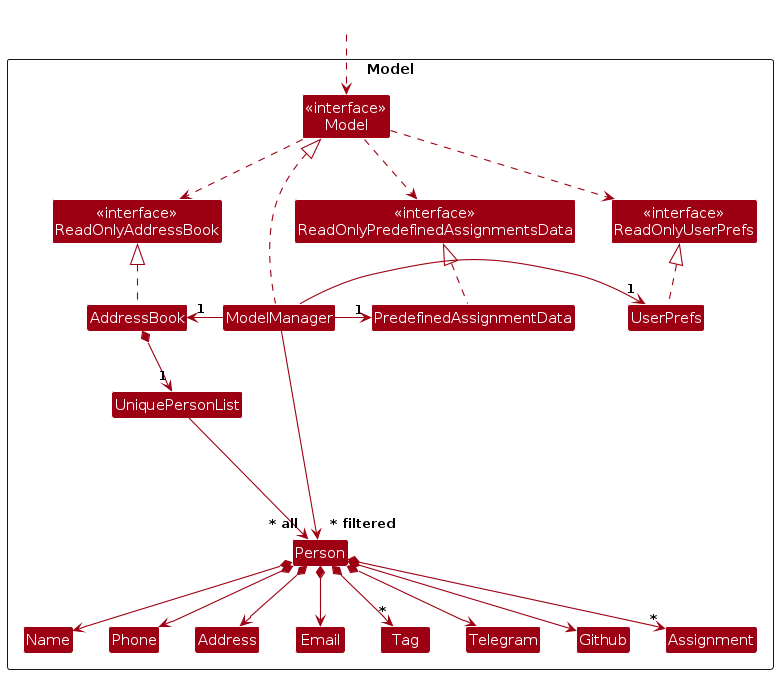
The PlantUML diagram diagrams/ModelClassDiagram.png in AY2425S1-CS2103T-T11-2/tp, before a commit. Its source is kept beside it as diagrams/ModelClassDiagram.puml. Source of this version:
```plantuml
@startuml
!include style.puml
skinparam arrowThickness 1.1
skinparam arrowColor MODEL_COLOR
skinparam classBackgroundColor MODEL_COLOR

Package Model as ModelPackage <<Rectangle>>{
Class "<<interface>>\nReadOnlyAddressBook" as ReadOnlyAddressBook
Class "<<interface>>\nReadOnlyUserPrefs" as ReadOnlyUserPrefs
Class "<<interface>>\nModel" as Model
Class "<<interface>>\nReadOnlyPredefinedAssignmentsData" as ReadOnlyPredefinedAssignmentsData
Class AddressBook
Class ModelManager
Class UserPrefs
Class PredefinedAssignmentData
Class ReadOnlyPredefinedAssignmentsData

Class UniquePersonList
Class Person
Class Address
Class Email
Class Name
Class Phone
Class Tag
Class Telegram
Class Github
Class Assignment

Class I #FFFFFF
}

Class HiddenOutside #FFFFFF
HiddenOutside ..> Model

AddressBook .up.|> ReadOnlyAddressBook

ModelManager .up.|> Model
Model .down.> ReadOnlyUserPrefs
Model .down.> ReadOnlyAddressBook
Model .down.> ReadOnlyPredefinedAssignmentsData
ModelManager -left-> "1" AddressBook
ModelManager -right-> "1" UserPrefs
ModelManager -right-> "1" PredefinedAssignmentData
UserPrefs .up.|> ReadOnlyUserPrefs
PredefinedAssignmentData .up.|> ReadOnlyPredefinedAssignmentsData

AddressBook *--> "1" UniquePersonList
UniquePersonList --> "~* all" Person
Person *--> Name
Person *--> Phone
Person *--> Email
Person *--> Address
Person *--> "*" Tag
Person *--> Telegram
Person *--> Github
Person *--> "*" Assignment

Person -[hidden]up--> I
UniquePersonList -[hidden]right-> I

Name -[hidden]right-> Phone
Phone -[hidden]right-> Address
Address -[hidden]right-> Email

ModelManager --> "~* filtered" Person
@enduml
```
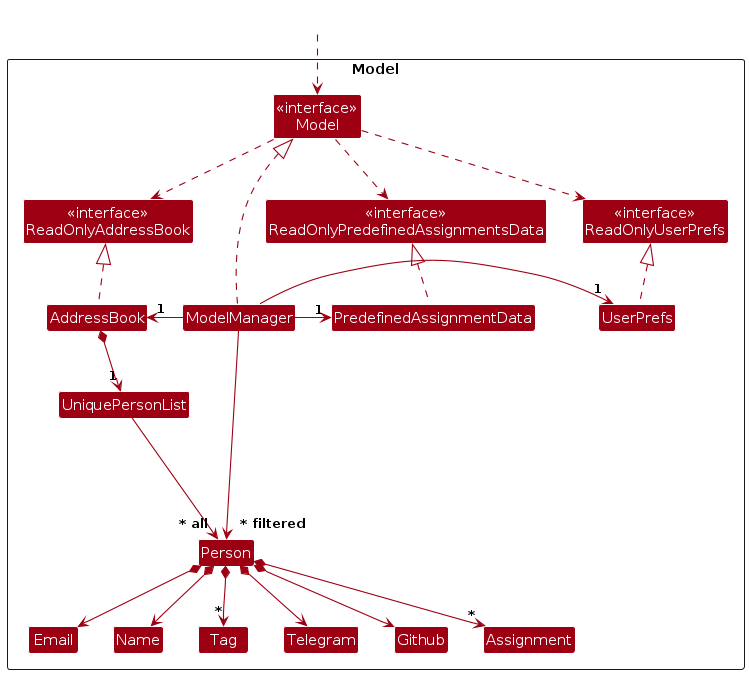
The same file after the commit.

Diff of the diagram source:
```diff
@@ -17,10 +17,8 @@
 
 Class UniquePersonList
 Class Person
-Class Address
 Class Email
 Class Name
-Class Phone
 Class Tag
 Class Telegram
 Class Github
@@ -47,9 +45,7 @@
 AddressBook *--> "1" UniquePersonList
 UniquePersonList --> "~* all" Person
 Person *--> Name
-Person *--> Phone
 Person *--> Email
-Person *--> Address
 Person *--> "*" Tag
 Person *--> Telegram
 Person *--> Github
@@ -58,9 +54,6 @@
 Person -[hidden]up--> I
 UniquePersonList -[hidden]right-> I
 
-Name -[hidden]right-> Phone
-Phone -[hidden]right-> Address
-Address -[hidden]right-> Email
 
 ModelManager --> "~* filtered" Person
 @enduml
```
